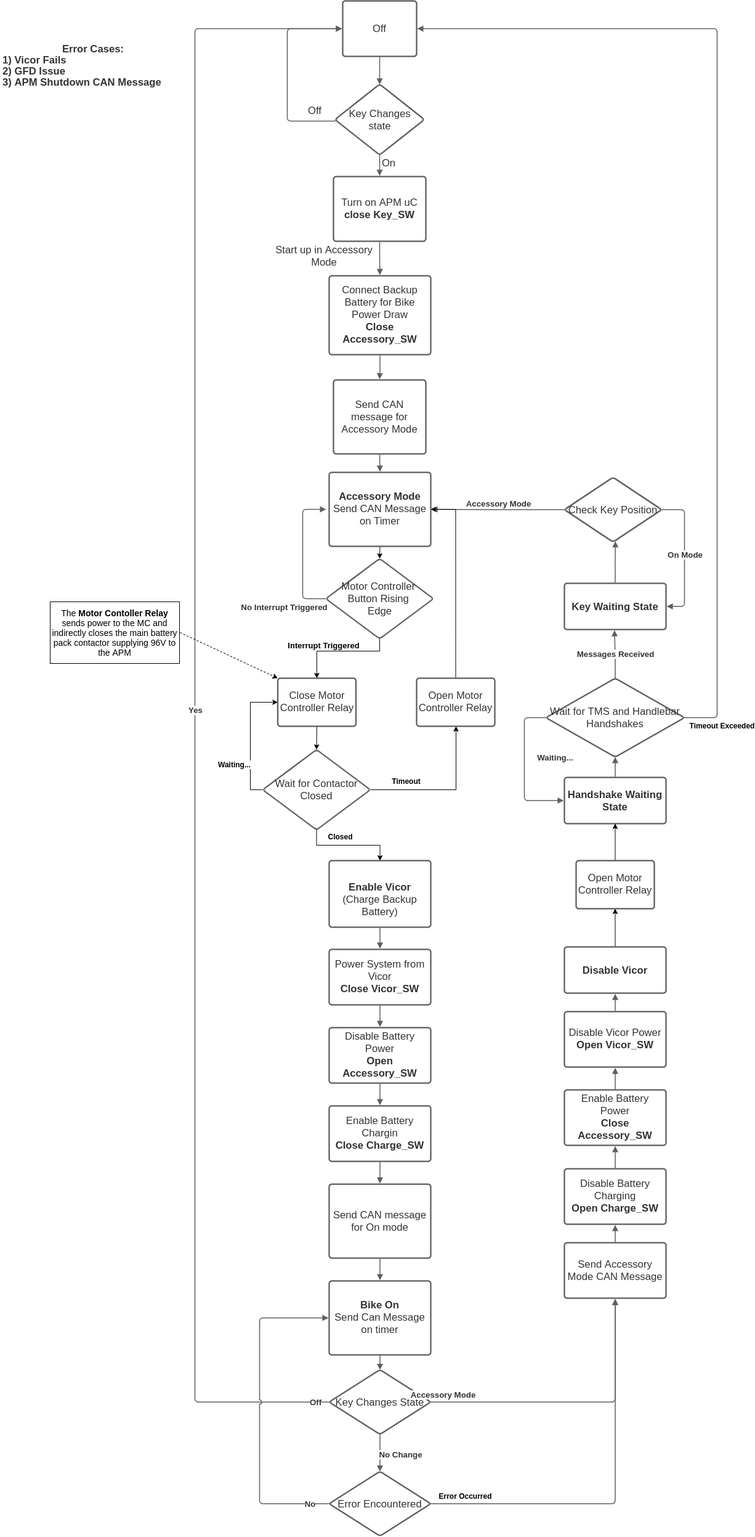
RIT-EVT/APM keeps this draw.io diagram as docs/source/_static/images/apm_state.png. Above is the earlier version. Source tidied: cells renumbered, new cells last; positions are measured from the earlier drawing's top-left corner, leaving out a move shared by most shapes.
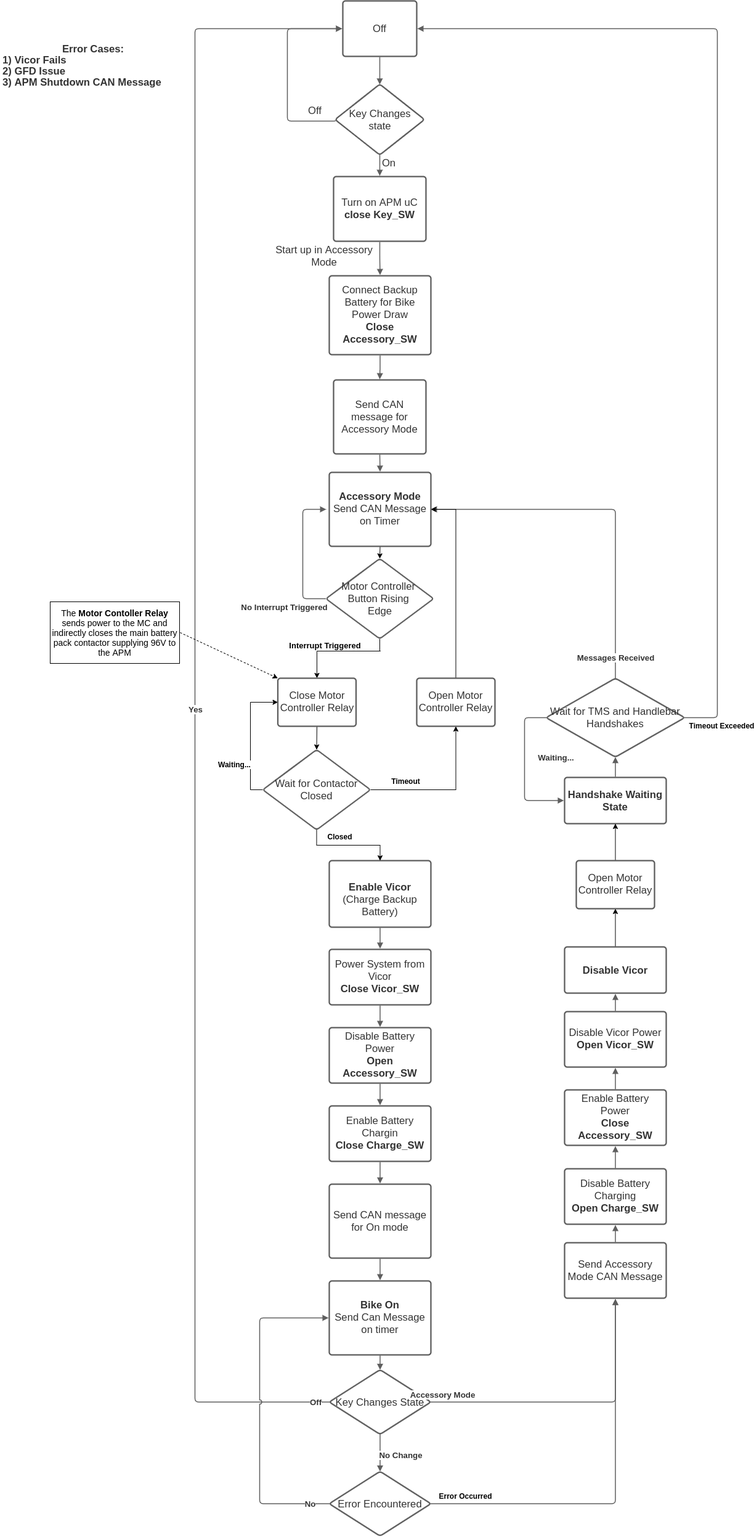
The same diagram one commit later.

Diff of the diagram source:
```diff
@@ -183,15 +183,6 @@
     <mxCell id="49" value="&lt;div style=&quot;display: flex; justify-content: center; text-align: center; align-items: baseline; font-size: 0; line-height: 1.25;margin-top: -2px;&quot;&gt;&lt;span&gt;&lt;span style=&quot;font-size:16.7px;color:#333333;font-weight: bold;&quot;&gt;Error Cases:&#10;&lt;/span&gt;&lt;/span&gt;&lt;/div&gt;&lt;div style=&quot;display: flex; justify-content: flex-start; text-align: left; align-items: baseline; font-size: 0; line-height: 1.25;margin-top: -2px;&quot;&gt;&lt;span&gt;&lt;span style=&quot;font-size:16.7px;color:#333333;font-weight: bold;&quot;&gt;1)  Vicor Fails&#10;&lt;/span&gt;&lt;/span&gt;&lt;/div&gt;&lt;div style=&quot;display: flex; justify-content: flex-start; text-align: left; align-items: baseline; font-size: 0; line-height: 1.25;margin-top: -2px;&quot;&gt;&lt;span&gt;&lt;span style=&quot;font-size:16.7px;color:#333333;font-weight: bold;&quot;&gt;2) GFD Issue&#10;&lt;/span&gt;&lt;/span&gt;&lt;/div&gt;&lt;div style=&quot;display: flex; justify-content: flex-start; text-align: left; align-items: baseline; font-size: 0; line-height: 1.25;margin-top: -2px;&quot;&gt;&lt;span&gt;&lt;span style=&quot;font-size:16.7px;color:#333333;font-weight: bold;&quot;&gt;3) APM Shutdown CAN Message&lt;/span&gt;&lt;/span&gt;&lt;/div&gt;" style="html=1;overflow=block;blockSpacing=1;whiteSpace=wrap;whiteSpace=wrap;fontSize=13;spacing=3.8;verticalAlign=middle;strokeOpacity=0;fillOpacity=0;rounded=1;absoluteArcSize=1;arcSize=9;fillColor=#ffffff;strokeWidth=2.3;" parent="1" vertex="1">
       <mxGeometry y="45" width="300" height="121" as="geometry" />
     </mxCell>
-    <mxCell id="50" value="Check Key Position" style="html=1;overflow=block;blockSpacing=1;whiteSpace=wrap;rhombus;whiteSpace=wrap;fontSize=16.7;fontColor=#333333;spacing=3.8;strokeColor=#5e5e5e;strokeOpacity=100;rounded=1;absoluteArcSize=1;arcSize=9;strokeWidth=2.3;" parent="1" vertex="1">
-      <mxGeometry x="915" y="773" width="158" height="105" as="geometry" />
-    </mxCell>
-    <mxCell id="51" value="Key Waiting State" style="html=1;overflow=block;blockSpacing=1;whiteSpace=wrap;whiteSpace=wrap;fontSize=16.7;fontColor=#333333;fontStyle=1;spacing=3.8;strokeColor=#5e5e5e;strokeOpacity=100;rounded=1;absoluteArcSize=1;arcSize=9;strokeWidth=2.3;" parent="1" vertex="1">
-      <mxGeometry x="915" y="945" width="165" height="75" as="geometry" />
-    </mxCell>
-    <mxCell id="52" style="html=1;jettySize=18;whiteSpace=wrap;fontSize=13;strokeColor=#5E5E5E;strokeWidth=1.5;rounded=1;arcSize=12;edgeStyle=orthogonalEdgeStyle;startArrow=none;endArrow=block;endFill=1;exitX=0.5;exitY=-0.015;exitPerimeter=0;entryX=0.524;entryY=0.988;entryPerimeter=0;" parent="1" edge="1" source="51" target="50">
-      <mxGeometry relative="1" as="geometry" />
-    </mxCell>
     <mxCell id="53" value="&lt;div style=&quot;display: flex; justify-content: center; text-align: center; align-items: baseline; font-size: 0; line-height: 1.25;margin-top: -2px;&quot;&gt;&lt;span&gt;&lt;span style=&quot;font-size:16.7px;color:#333333;&quot;&gt;Enable Battery Chargin&#10;&lt;/span&gt;&lt;span style=&quot;font-size:16.7px;color:#333333;font-weight: bold;&quot;&gt;Close Charge_SW&lt;/span&gt;&lt;/span&gt;&lt;/div&gt;" style="html=1;overflow=block;blockSpacing=1;whiteSpace=wrap;whiteSpace=wrap;fontSize=13;spacing=3.8;strokeColor=#5e5e5e;strokeOpacity=100;rounded=1;absoluteArcSize=1;arcSize=9;strokeWidth=2.3;" parent="1" vertex="1">
       <mxGeometry x="533" y="1793" width="165" height="90" as="geometry" />
     </mxCell>
@@ -222,31 +213,14 @@
     <mxCell id="62" style="html=1;jettySize=18;whiteSpace=wrap;fontSize=13;strokeColor=#5E5E5E;strokeWidth=1.5;rounded=1;arcSize=12;edgeStyle=orthogonalEdgeStyle;startArrow=none;endArrow=block;endFill=1;exitX=0.5;exitY=-0.012;exitPerimeter=0;entryX=0.5;entryY=1.013;entryPerimeter=0;" parent="1" edge="1" source="60" target="36">
       <mxGeometry relative="1" as="geometry" />
     </mxCell>
-    <mxCell id="63" style="html=1;jettySize=18;whiteSpace=wrap;fontSize=13.3;fontColor=#333333;fontStyle=1;strokeColor=#5E5E5E;strokeWidth=1.5;rounded=1;arcSize=12;edgeStyle=orthogonalEdgeStyle;startArrow=none;endArrow=block;endFill=1;exitX=0.992;exitY=0.5;exitPerimeter=0;entryX=1.007;entryY=0.5;entryPerimeter=0;" parent="1" edge="1" source="50" target="51">
-      <mxGeometry relative="1" as="geometry">
-        <Array as="points">
-          <mxPoint x="1110" y="826" />
-          <mxPoint x="1110" y="983" />
-        </Array>
-      </mxGeometry>
-    </mxCell>
-    <mxCell id="64" value="On Mode" style="text;html=1;labelBackgroundColor=#ffffff;align=center;verticalAlign=middle;fontStyle=1;fontColor=#333333;fontSize=13.3;" parent="63" vertex="1">
-      <mxGeometry relative="1" as="geometry" />
-    </mxCell>
-    <mxCell id="65" style="html=1;jettySize=18;whiteSpace=wrap;fontSize=13.3;fontColor=#333333;fontStyle=1;strokeColor=#5E5E5E;strokeWidth=1.5;rounded=1;arcSize=12;edgeStyle=orthogonalEdgeStyle;startArrow=none;endArrow=block;endFill=1;exitX=0.5;exitY=0.001;exitPerimeter=0;entryX=0.493;entryY=1.015;entryPerimeter=0;" parent="1" edge="1" source="48" target="51">
+    <mxCell id="65" style="html=1;jettySize=18;whiteSpace=wrap;fontSize=13.3;fontColor=#333333;fontStyle=1;strokeColor=#5E5E5E;strokeWidth=1.5;rounded=1;arcSize=12;edgeStyle=orthogonalEdgeStyle;startArrow=none;endArrow=block;endFill=1;exitX=0.5;exitY=0.001;exitPerimeter=0;entryX=1;entryY=0.5;entryDx=0;entryDy=0;" parent="1" edge="1" source="48" target="19">
       <mxGeometry relative="1" as="geometry" />
     </mxCell>
     <mxCell id="66" value="Messages Received" style="text;html=1;labelBackgroundColor=#ffffff;align=center;verticalAlign=middle;fontStyle=1;fontColor=#333333;fontSize=13.3;" parent="65" vertex="1">
-      <mxGeometry relative="1" as="geometry" />
+      <mxGeometry relative="1" as="geometry">
+        <mxPoint x="13" y="240" as="offset" />
+      </mxGeometry>
     </mxCell>
-    <mxCell id="67" style="html=1;jettySize=18;whiteSpace=wrap;fontSize=13.3;fontColor=#333333;fontStyle=1;strokeColor=#5E5E5E;strokeWidth=1.5;rounded=1;arcSize=12;edgeStyle=orthogonalEdgeStyle;startArrow=none;endArrow=block;endFill=1;exitX=0.008;exitY=0.5;exitPerimeter=0;entryX=1.007;entryY=0.5;entryPerimeter=0;" parent="1" edge="1" source="50" target="19">
-      <mxGeometry relative="1" as="geometry" />
-    </mxCell>
-    <mxCell id="68" value="Accessory Mode" style="text;html=1;labelBackgroundColor=#ffffff;align=center;verticalAlign=middle;fontStyle=1;fontColor=#333333;fontSize=13.3;" parent="67" vertex="1">
-      <mxGeometry relative="1" as="geometry">
-        <mxPoint y="-10" as="offset" />
-      </mxGeometry>
-    </mxCell>
     <mxCell id="69" style="html=1;jettySize=18;whiteSpace=wrap;fontSize=13.3;fontColor=#333333;fontStyle=1;strokeColor=#5E5E5E;strokeWidth=1.5;rounded=1;arcSize=12;edgeStyle=orthogonalEdgeStyle;startArrow=none;endArrow=block;endFill=1;exitX=0.006;exitY=0.5;exitPerimeter=0;entryX=-0.007;entryY=0.5;entryPerimeter=0;" parent="1" edge="1" source="48" target="58">
       <mxGeometry relative="1" as="geometry">
         <Array as="points">
```
